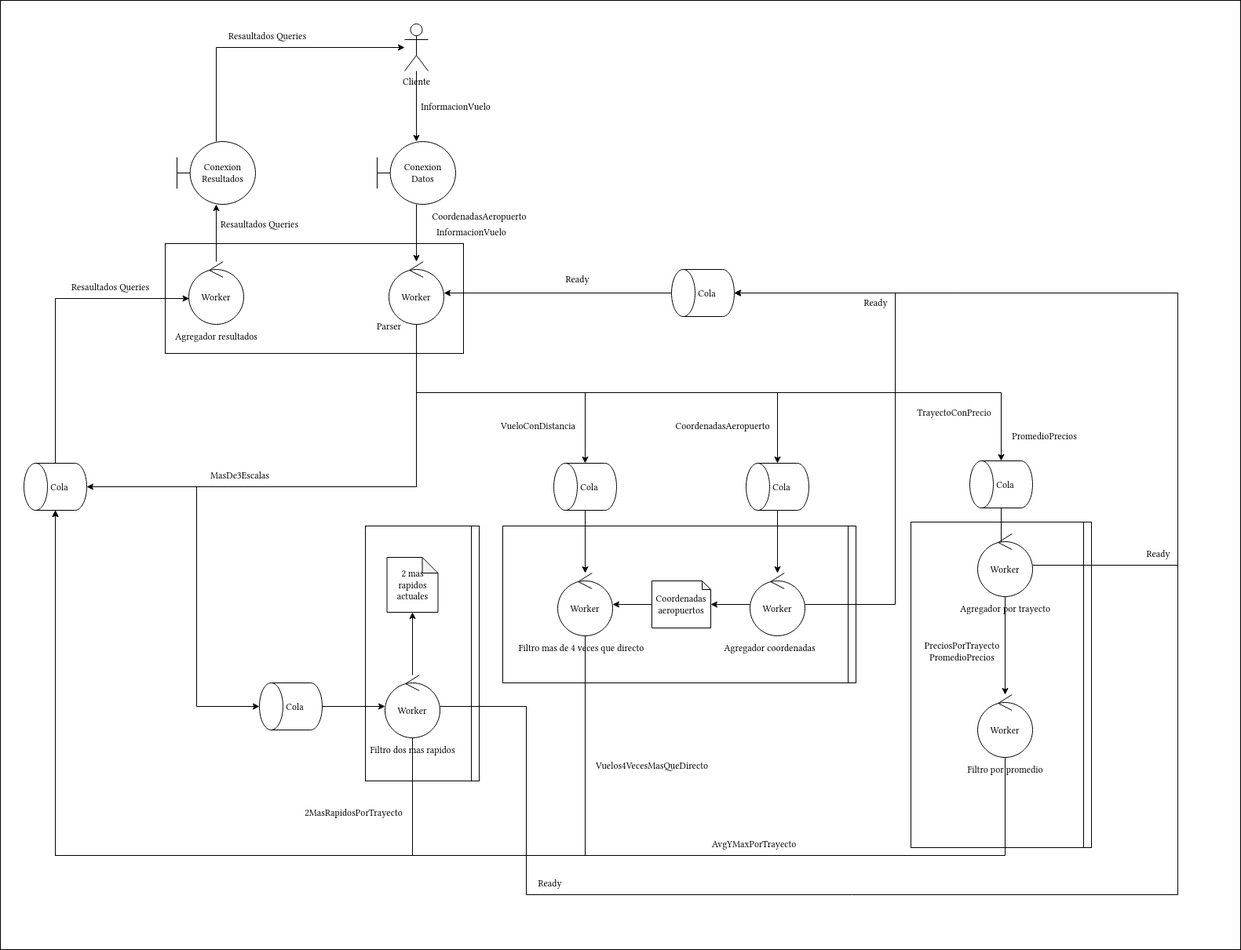
Earlier version of the draw.io export img/DiagramaRobustez.png (FranciscoPereira987/tp1-distribuidos-grupo5). Source tidied: cells renumbered, new cells last; positions are measured from the earlier drawing's top-left corner, leaving out a move shared by most shapes.
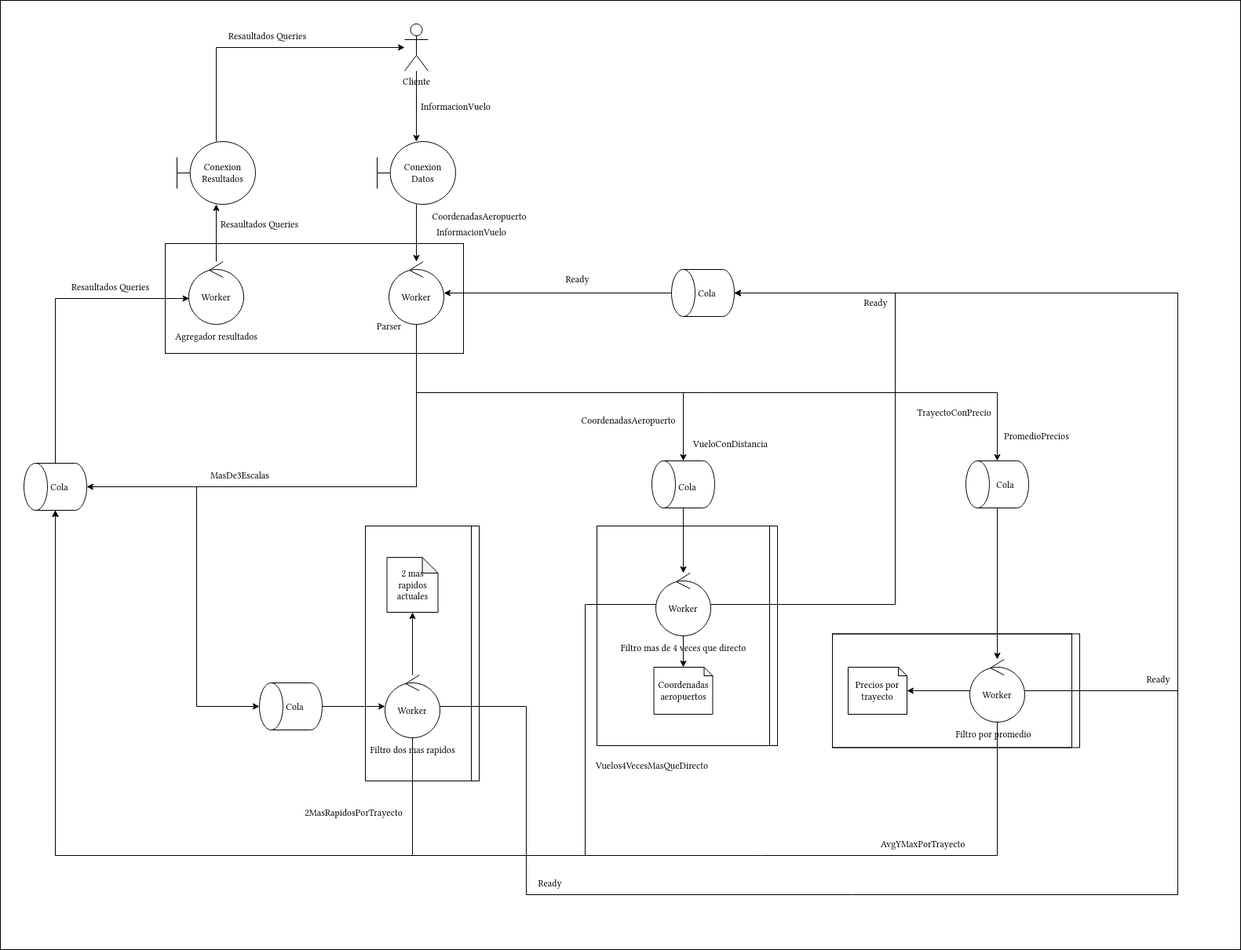
The same file after the commit.

Commit message:
fix diagrama robustez

The edit, as a diff of the source:
```diff
@@ -2,6 +2,9 @@
   <root>
     <mxCell id="0" />
     <mxCell id="1" parent="0" />
+    <mxCell id="5" style="rounded=0;whiteSpace=wrap;html=1;fillColor=none;" parent="1" vertex="1">
+      <mxGeometry x="1060" y="807.5" width="315" height="145" as="geometry" />
+    </mxCell>
     <mxCell id="2" style="rounded=0;whiteSpace=wrap;html=1;fillColor=none;" parent="1" vertex="1">
       <mxGeometry x="465" y="670" width="145" height="325" as="geometry" />
     </mxCell>
@@ -9,11 +12,8 @@
       <mxGeometry width="1580" height="1210" as="geometry" />
     </mxCell>
     <mxCell id="4" style="rounded=0;whiteSpace=wrap;html=1;fillColor=none;" parent="1" vertex="1">
-      <mxGeometry x="1160" y="665" width="220" height="415" as="geometry" />
+      <mxGeometry x="1060" y="807.5" width="305" height="145" as="geometry" />
     </mxCell>
-    <mxCell id="5" style="rounded=0;whiteSpace=wrap;html=1;fillColor=none;" parent="1" vertex="1">
-      <mxGeometry x="1160" y="665" width="230" height="415" as="geometry" />
-    </mxCell>
     <mxCell id="6" style="rounded=0;whiteSpace=wrap;html=1;fillColor=none;" parent="1" vertex="1">
       <mxGeometry x="465" y="670" width="135" height="325" as="geometry" />
     </mxCell>
@@ -21,10 +21,10 @@
       <mxGeometry x="210" y="310" width="380" height="140" as="geometry" />
     </mxCell>
     <mxCell id="8" style="rounded=0;whiteSpace=wrap;html=1;fillColor=none;" parent="1" vertex="1">
-      <mxGeometry x="640" y="670" width="440" height="200" as="geometry" />
+      <mxGeometry x="760" y="670" width="230" height="280" as="geometry" />
     </mxCell>
     <mxCell id="9" style="rounded=0;whiteSpace=wrap;html=1;fillColor=none;" parent="1" vertex="1">
-      <mxGeometry x="640" y="670" width="450" height="200" as="geometry" />
+      <mxGeometry x="760" y="670" width="220" height="280" as="geometry" />
     </mxCell>
     <mxCell id="10" style="edgeStyle=orthogonalEdgeStyle;rounded=0;jettySize=auto;html=1;" parent="1" edge="1" source="22" target="11">
       <mxGeometry relative="1" as="geometry" />
@@ -39,17 +39,12 @@
         </Array>
       </mxGeometry>
     </mxCell>
-    <mxCell id="13" style="edgeStyle=orthogonalEdgeStyle;rounded=0;jettySize=auto;html=1;" parent="1" edge="1" source="35">
-      <mxGeometry relative="1" as="geometry">
-        <mxPoint x="1275" y="750" as="targetPoint" />
-      </mxGeometry>
+    <mxCell id="13" style="edgeStyle=orthogonalEdgeStyle;rounded=0;jettySize=auto;html=1;" parent="1" edge="1" source="35" target="31">
+      <mxGeometry relative="1" as="geometry" />
     </mxCell>
     <mxCell id="14" value="Filtro mas de 4 veces que directo" style="text;html=1;align=center;verticalAlign=middle;strokeColor=none;fillColor=none;" parent="1" vertex="1">
-      <mxGeometry x="650" y="810" width="180" height="30" as="geometry" />
+      <mxGeometry x="780" y="810" width="180" height="30" as="geometry" />
     </mxCell>
-    <mxCell id="15" value="Agregador por trayecto" style="text;html=1;align=center;verticalAlign=middle;strokeColor=none;fillColor=none;" parent="1" vertex="1">
-      <mxGeometry x="1210" y="760" width="140" height="30" as="geometry" />
-    </mxCell>
     <mxCell id="16" value="Parser" style="text;html=1;align=center;verticalAlign=middle;strokeColor=none;fillColor=none;" parent="1" vertex="1">
       <mxGeometry x="465" y="400" width="60" height="30" as="geometry" />
     </mxCell>
@@ -76,7 +71,7 @@
       <mxGeometry x="515" y="30" width="30" height="60" as="geometry" />
     </mxCell>
     <mxCell id="23" value="Coordenadas aeropuertos" style="shape=note;whiteSpace=wrap;html=1;backgroundOutline=1;darkOpacity=0.05;size=11;" parent="1" vertex="1">
-      <mxGeometry x="830" y="740" width="75" height="60" as="geometry" />
+      <mxGeometry x="832.5" y="850" width="75" height="60" as="geometry" />
     </mxCell>
     <mxCell id="24" value="InformacionVuelo" style="text;html=1;align=center;verticalAlign=middle;strokeColor=none;fillColor=none;" parent="1" vertex="1">
       <mxGeometry x="520" y="120" width="120" height="30" as="geometry" />
@@ -85,7 +80,7 @@
       <mxGeometry x="545" y="280" width="110" height="30" as="geometry" />
     </mxCell>
     <mxCell id="26" value="VueloConDistancia" style="text;html=1;align=center;verticalAlign=middle;strokeColor=none;fillColor=none;" parent="1" vertex="1">
-      <mxGeometry x="625" y="527" width="120" height="30" as="geometry" />
+      <mxGeometry x="870" y="550" width="120" height="30" as="geometry" />
     </mxCell>
     <mxCell id="27" value="Worker" style="ellipse;shape=umlControl;whiteSpace=wrap;html=1;" parent="1" vertex="1">
       <mxGeometry x="240" y="333" width="70" height="80" as="geometry" />
@@ -96,23 +91,27 @@
     <mxCell id="29" value="Worker" style="ellipse;shape=umlControl;whiteSpace=wrap;html=1;" parent="1" vertex="1">
       <mxGeometry x="490" y="860" width="70" height="80" as="geometry" />
     </mxCell>
-    <mxCell id="30" value="Worker" style="ellipse;shape=umlControl;whiteSpace=wrap;html=1;" parent="1" vertex="1">
-      <mxGeometry x="710" y="730" width="70" height="80" as="geometry" />
-    </mxCell>
+    <mxCell id="85" style="edgeStyle=orthogonalEdgeStyle;rounded=0;jettySize=auto;html=1;" parent="1" edge="1" source="31" target="86">
+      <mxGeometry relative="1" as="geometry" />
+    </mxCell>
     <mxCell id="31" value="Worker" style="ellipse;shape=umlControl;whiteSpace=wrap;html=1;" parent="1" vertex="1">
-      <mxGeometry x="1245" y="680" width="70" height="80" as="geometry" />
+      <mxGeometry x="1235" y="840" width="70" height="80" as="geometry" />
     </mxCell>
-    <mxCell id="32" style="edgeStyle=orthogonalEdgeStyle;rounded=0;jettySize=auto;html=1;" parent="1" edge="1" source="33" target="30">
-      <mxGeometry relative="1" as="geometry" />
+    <mxCell id="32" style="edgeStyle=orthogonalEdgeStyle;rounded=0;jettySize=auto;html=1;" parent="1" edge="1" source="33" target="61">
+      <mxGeometry relative="1" as="geometry">
+        <Array as="points">
+          <mxPoint x="860" y="620" />
+        </Array>
+      </mxGeometry>
     </mxCell>
     <mxCell id="33" style="shape=cylinder3;whiteSpace=wrap;html=1;boundedLbl=1;backgroundOutline=1;size=15;rotation=-90;" parent="1" vertex="1">
-      <mxGeometry x="715" y="580" width="60" height="80" as="geometry" />
+      <mxGeometry x="840" y="577" width="60" height="80" as="geometry" />
     </mxCell>
     <mxCell id="34" value="Cola" style="text;html=1;align=center;verticalAlign=middle;strokeColor=none;fillColor=none;" parent="1" vertex="1">
-      <mxGeometry x="725" y="605" width="50" height="30" as="geometry" />
+      <mxGeometry x="850" y="605" width="50" height="30" as="geometry" />
     </mxCell>
     <mxCell id="35" style="shape=cylinder3;whiteSpace=wrap;html=1;boundedLbl=1;backgroundOutline=1;size=15;rotation=-90;" parent="1" vertex="1">
-      <mxGeometry x="1245" y="577" width="60" height="80" as="geometry" />
+      <mxGeometry x="1240" y="577" width="60" height="80" as="geometry" />
     </mxCell>
     <mxCell id="36" value="Cola" style="text;html=1;align=center;verticalAlign=middle;strokeColor=none;fillColor=none;" parent="1" vertex="1">
       <mxGeometry x="1255" y="602" width="50" height="30" as="geometry" />
@@ -127,7 +126,7 @@
       <mxGeometry relative="1" as="geometry">
         <Array as="points">
           <mxPoint x="530" y="500" />
-          <mxPoint x="745" y="500" />
+          <mxPoint x="870" y="500" />
         </Array>
       </mxGeometry>
     </mxCell>
@@ -135,7 +134,7 @@
       <mxGeometry relative="1" as="geometry">
         <Array as="points">
           <mxPoint x="530" y="500" />
-          <mxPoint x="1275" y="500" />
+          <mxPoint x="1270" y="500" />
         </Array>
       </mxGeometry>
     </mxCell>
@@ -150,9 +149,10 @@
         </Array>
       </mxGeometry>
     </mxCell>
-    <mxCell id="43" style="endArrow=classic;html=1;rounded=0;" parent="1" edge="1" source="30" target="20">
+    <mxCell id="43" style="endArrow=classic;html=1;rounded=0;" parent="1" edge="1" source="61" target="20">
       <mxGeometry relative="1" as="geometry">
         <Array as="points">
+          <mxPoint x="745" y="770" />
           <mxPoint x="745" y="1090" />
           <mxPoint x="70" y="1090" />
         </Array>
@@ -205,69 +205,30 @@
       <mxGeometry x="1155" y="510" width="120" height="30" as="geometry" />
     </mxCell>
     <mxCell id="56" value="CoordenadasAeropuerto" style="text;html=1;align=center;verticalAlign=middle;strokeColor=none;fillColor=none;" parent="1" vertex="1">
-      <mxGeometry x="850" y="527" width="140" height="30" as="geometry" />
+      <mxGeometry x="730" y="520" width="140" height="30" as="geometry" />
     </mxCell>
-    <mxCell id="57" style="shape=cylinder3;whiteSpace=wrap;html=1;boundedLbl=1;backgroundOutline=1;size=15;rotation=-90;" parent="1" vertex="1">
-      <mxGeometry x="960" y="580" width="60" height="80" as="geometry" />
-    </mxCell>
-    <mxCell id="58" value="Cola" style="text;html=1;align=center;verticalAlign=middle;strokeColor=none;fillColor=none;" parent="1" vertex="1">
-      <mxGeometry x="970" y="605" width="50" height="30" as="geometry" />
-    </mxCell>
-    <mxCell id="59" style="endArrow=classic;html=1;rounded=0;" parent="1" edge="1" source="28" target="57">
-      <mxGeometry relative="1" as="geometry">
-        <Array as="points">
-          <mxPoint x="530" y="500" />
-          <mxPoint x="990" y="500" />
-        </Array>
-      </mxGeometry>
-    </mxCell>
-    <mxCell id="60" style="edgeStyle=orthogonalEdgeStyle;rounded=0;jettySize=auto;html=1;" parent="1" edge="1" source="23" target="30">
-      <mxGeometry relative="1" as="geometry">
-        <Array as="points">
-          <mxPoint x="848" y="770" />
-        </Array>
-      </mxGeometry>
-    </mxCell>
     <mxCell id="61" value="Worker" style="ellipse;shape=umlControl;whiteSpace=wrap;html=1;" parent="1" vertex="1">
-      <mxGeometry x="955" y="730" width="70" height="80" as="geometry" />
+      <mxGeometry x="835" y="730" width="70" height="80" as="geometry" />
     </mxCell>
-    <mxCell id="62" style="edgeStyle=orthogonalEdgeStyle;rounded=0;jettySize=auto;html=1;" parent="1" edge="1" source="57" target="61">
-      <mxGeometry relative="1" as="geometry" />
-    </mxCell>
-    <mxCell id="63" style="edgeStyle=orthogonalEdgeStyle;rounded=0;jettySize=auto;html=1;" parent="1" edge="1" source="61" target="23">
-      <mxGeometry relative="1" as="geometry" />
-    </mxCell>
-    <mxCell id="64" value="Agregador coordenadas" style="text;html=1;align=center;verticalAlign=middle;strokeColor=none;fillColor=none;" parent="1" vertex="1">
-      <mxGeometry x="905" y="810" width="150" height="30" as="geometry" />
-    </mxCell>
     <mxCell id="65" value="Filtro por promedio" style="text;html=1;align=center;verticalAlign=middle;strokeColor=none;fillColor=none;" parent="1" vertex="1">
-      <mxGeometry x="1220" y="965" width="120" height="30" as="geometry" />
+      <mxGeometry x="1205" y="920" width="120" height="30" as="geometry" />
     </mxCell>
-    <mxCell id="66" value="Worker" style="ellipse;shape=umlControl;whiteSpace=wrap;html=1;" parent="1" vertex="1">
-      <mxGeometry x="1245" y="885" width="70" height="80" as="geometry" />
-    </mxCell>
-    <mxCell id="67" style="edgeStyle=orthogonalEdgeStyle;rounded=0;jettySize=auto;html=1;" parent="1" edge="1" source="31" target="66">
-      <mxGeometry relative="1" as="geometry" />
-    </mxCell>
     <mxCell id="68" value="PromedioPrecios" style="text;html=1;align=center;verticalAlign=middle;strokeColor=none;fillColor=none;" parent="1" vertex="1">
-      <mxGeometry x="1275" y="540" width="110" height="30" as="geometry" />
+      <mxGeometry x="1265" y="540" width="110" height="30" as="geometry" />
     </mxCell>
     <mxCell id="69" value="Vuelos4VecesMasQueDirecto" style="text;html=1;align=center;verticalAlign=middle;strokeColor=none;fillColor=none;" parent="1" vertex="1">
       <mxGeometry x="745" y="960" width="170" height="30" as="geometry" />
     </mxCell>
-    <mxCell id="70" style="endArrow=classic;html=1;rounded=0;" parent="1" edge="1" source="66" target="20">
+    <mxCell id="70" style="endArrow=classic;html=1;rounded=0;" parent="1" edge="1" source="31" target="20">
       <mxGeometry relative="1" as="geometry">
         <Array as="points">
-          <mxPoint x="1280" y="1090" />
+          <mxPoint x="1270" y="1090" />
           <mxPoint x="70" y="1090" />
         </Array>
       </mxGeometry>
     </mxCell>
-    <mxCell id="71" value="&lt;div&gt;PreciosPorTrayecto&lt;/div&gt;&lt;div&gt;PromedioPrecios&lt;br&gt;&lt;/div&gt;" style="text;html=1;align=center;verticalAlign=middle;strokeColor=none;fillColor=none;" parent="1" vertex="1">
-      <mxGeometry x="1160" y="810" width="130" height="40" as="geometry" />
-    </mxCell>
     <mxCell id="72" value="AvgYMaxPorTrayecto" style="text;html=1;align=center;verticalAlign=middle;strokeColor=none;fillColor=none;" parent="1" vertex="1">
-      <mxGeometry x="890" y="1060" width="140" height="30" as="geometry" />
+      <mxGeometry x="1105" y="1060" width="140" height="30" as="geometry" />
     </mxCell>
     <mxCell id="73" style="endArrow=classic;html=1;rounded=0;" parent="1" edge="1" source="29" target="21">
       <mxGeometry relative="1" as="geometry" />
@@ -293,7 +254,7 @@
     <mxCell id="76" style="endArrow=classic;html=1;rounded=0;entryX=0.5;entryY=1;entryDx=0;entryDy=0;entryPerimeter=0;" parent="1" edge="1" source="31" target="78">
       <mxGeometry relative="1" as="geometry">
         <Array as="points">
-          <mxPoint x="1500" y="720" />
+          <mxPoint x="1500" y="880" />
           <mxPoint x="1500" y="373" />
         </Array>
       </mxGeometry>
@@ -314,7 +275,7 @@
       <mxGeometry x="675" y="1110" width="50" height="30" as="geometry" />
     </mxCell>
     <mxCell id="82" value="Ready" style="text;html=1;align=center;verticalAlign=middle;strokeColor=none;fillColor=none;" parent="1" vertex="1">
-      <mxGeometry x="1450" y="690" width="50" height="30" as="geometry" />
+      <mxGeometry x="1450" y="850" width="50" height="30" as="geometry" />
     </mxCell>
     <mxCell id="83" value="Ready" style="text;html=1;align=center;verticalAlign=middle;strokeColor=none;fillColor=none;" parent="1" vertex="1">
       <mxGeometry x="1090" y="370" width="50" height="30" as="geometry" />
@@ -322,5 +283,11 @@
     <mxCell id="84" value="CoordenadasAeropuerto" style="text;html=1;align=center;verticalAlign=middle;strokeColor=none;fillColor=none;" parent="1" vertex="1">
       <mxGeometry x="540" y="260" width="140" height="30" as="geometry" />
     </mxCell>
+    <mxCell id="63" style="edgeStyle=orthogonalEdgeStyle;rounded=0;jettySize=auto;html=1;" parent="1" edge="1" source="61" target="23">
+      <mxGeometry relative="1" as="geometry" />
+    </mxCell>
+    <mxCell id="86" value="Precios por trayecto" style="shape=note;whiteSpace=wrap;html=1;backgroundOutline=1;darkOpacity=0.05;size=11;" parent="1" vertex="1">
+      <mxGeometry x="1080" y="850" width="75" height="60" as="geometry" />
+    </mxCell>
   </root>
 </mxGraphModel>
```
